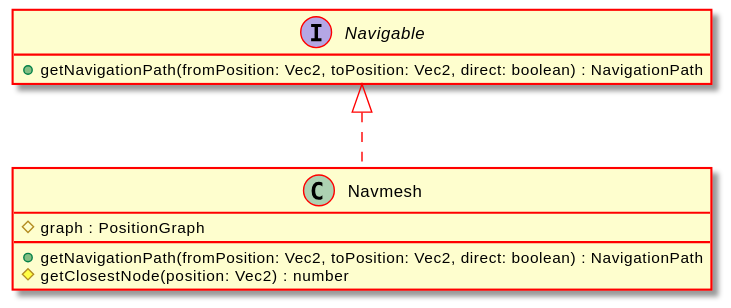
Earlier version of the PlantUML export docs/api/assets/Navmesh-umlClassDiagram-5112.svg (Test123938/Test2).
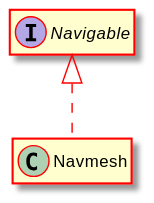
The same file after the commit.

What changed in the source:
```diff
@@ -5,12 +5,8 @@
 hide empty methods
 hide empty fields
 class "Navmesh" {
-    #graph : PositionGraph
-    +getNavigationPath(fromPosition: Vec2, toPosition: Vec2, direct: boolean) : NavigationPath
-    #getClosestNode(position: Vec2) : number
 }
 interface "Navigable" {
-    +getNavigationPath(fromPosition: Vec2, toPosition: Vec2, direct: boolean) : NavigationPath
 }
 "Navigable" <|.. "Navmesh"
 @enduml
```
